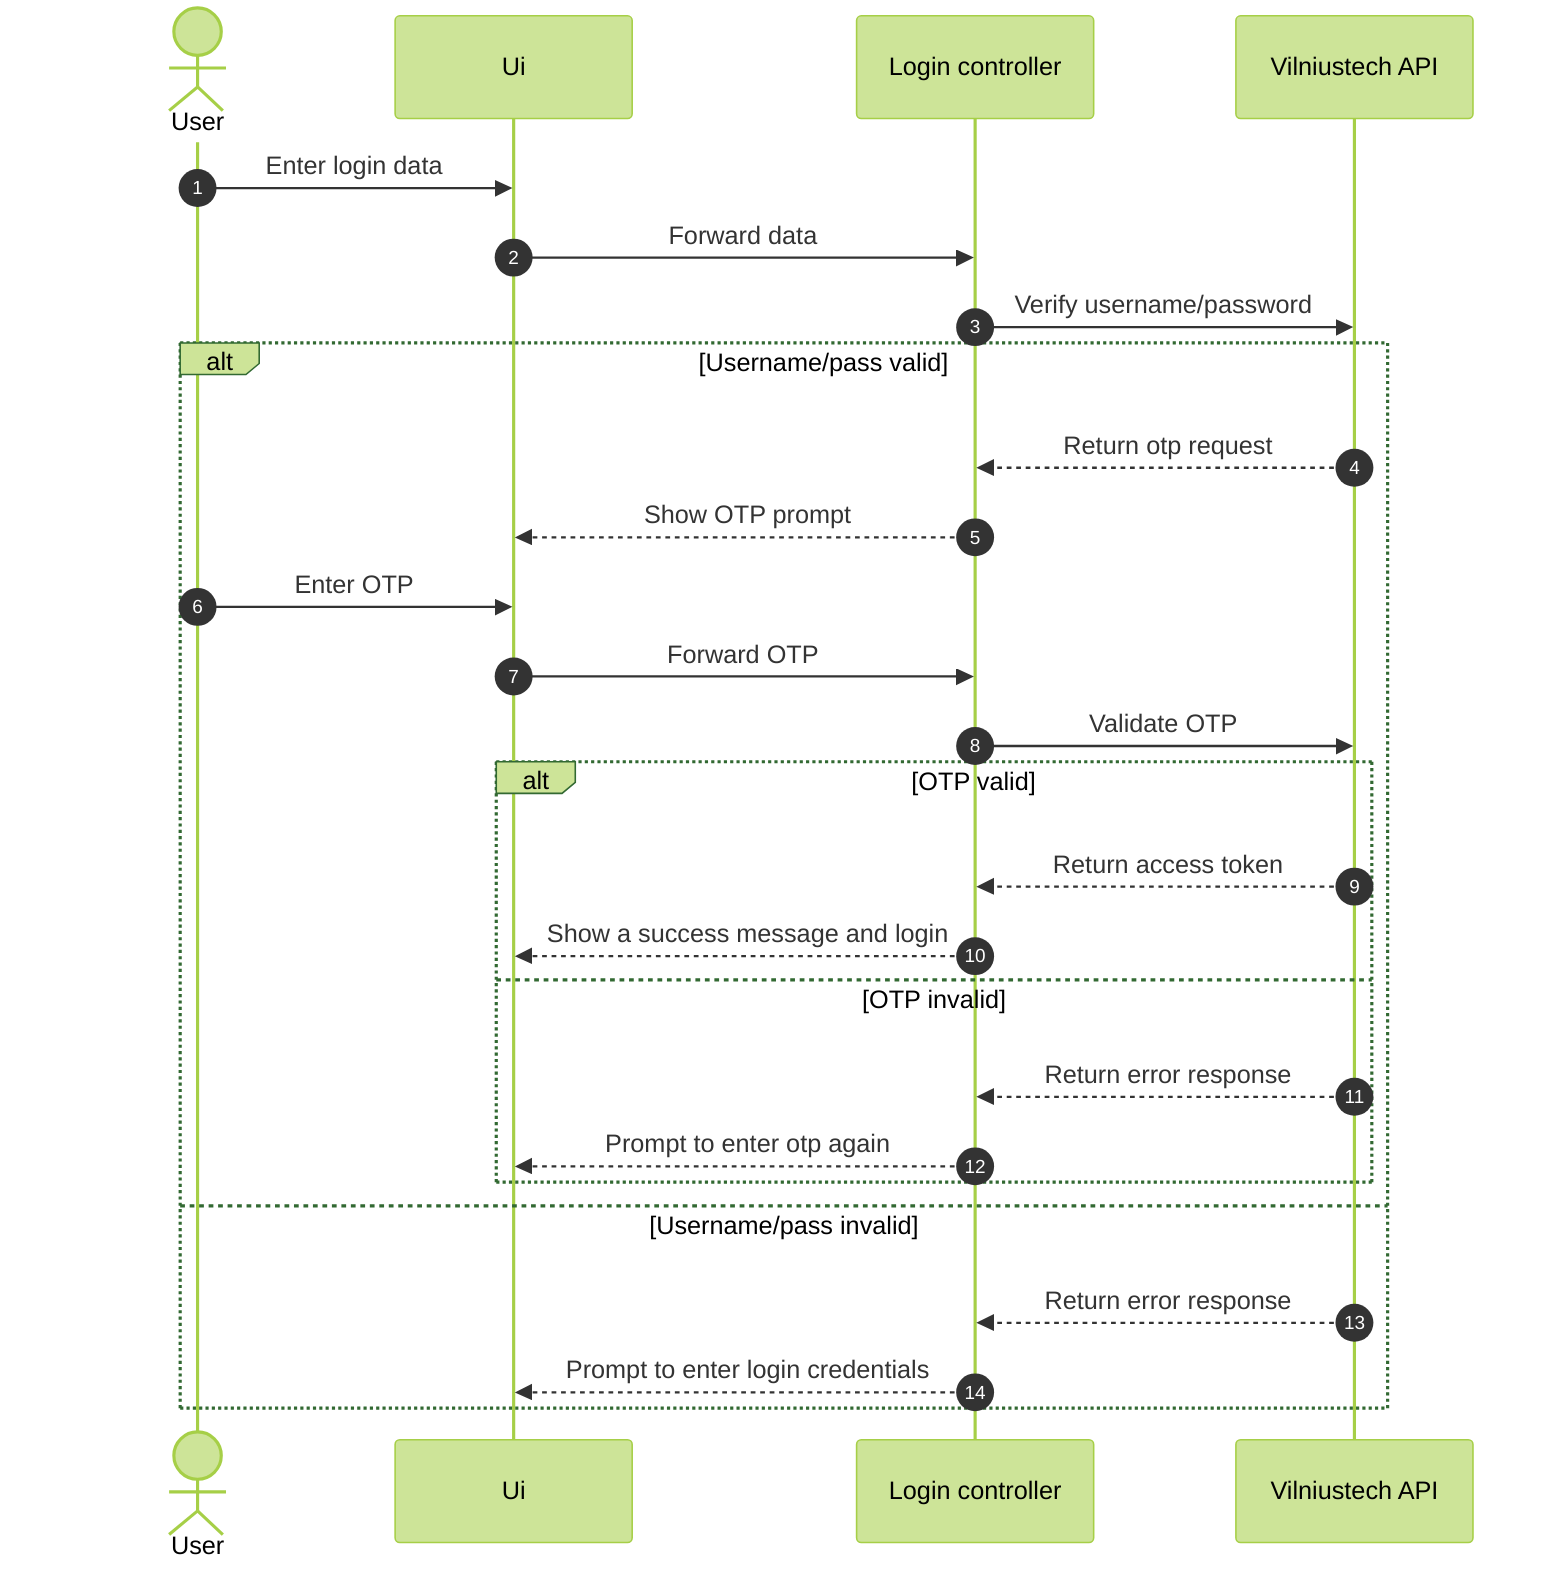
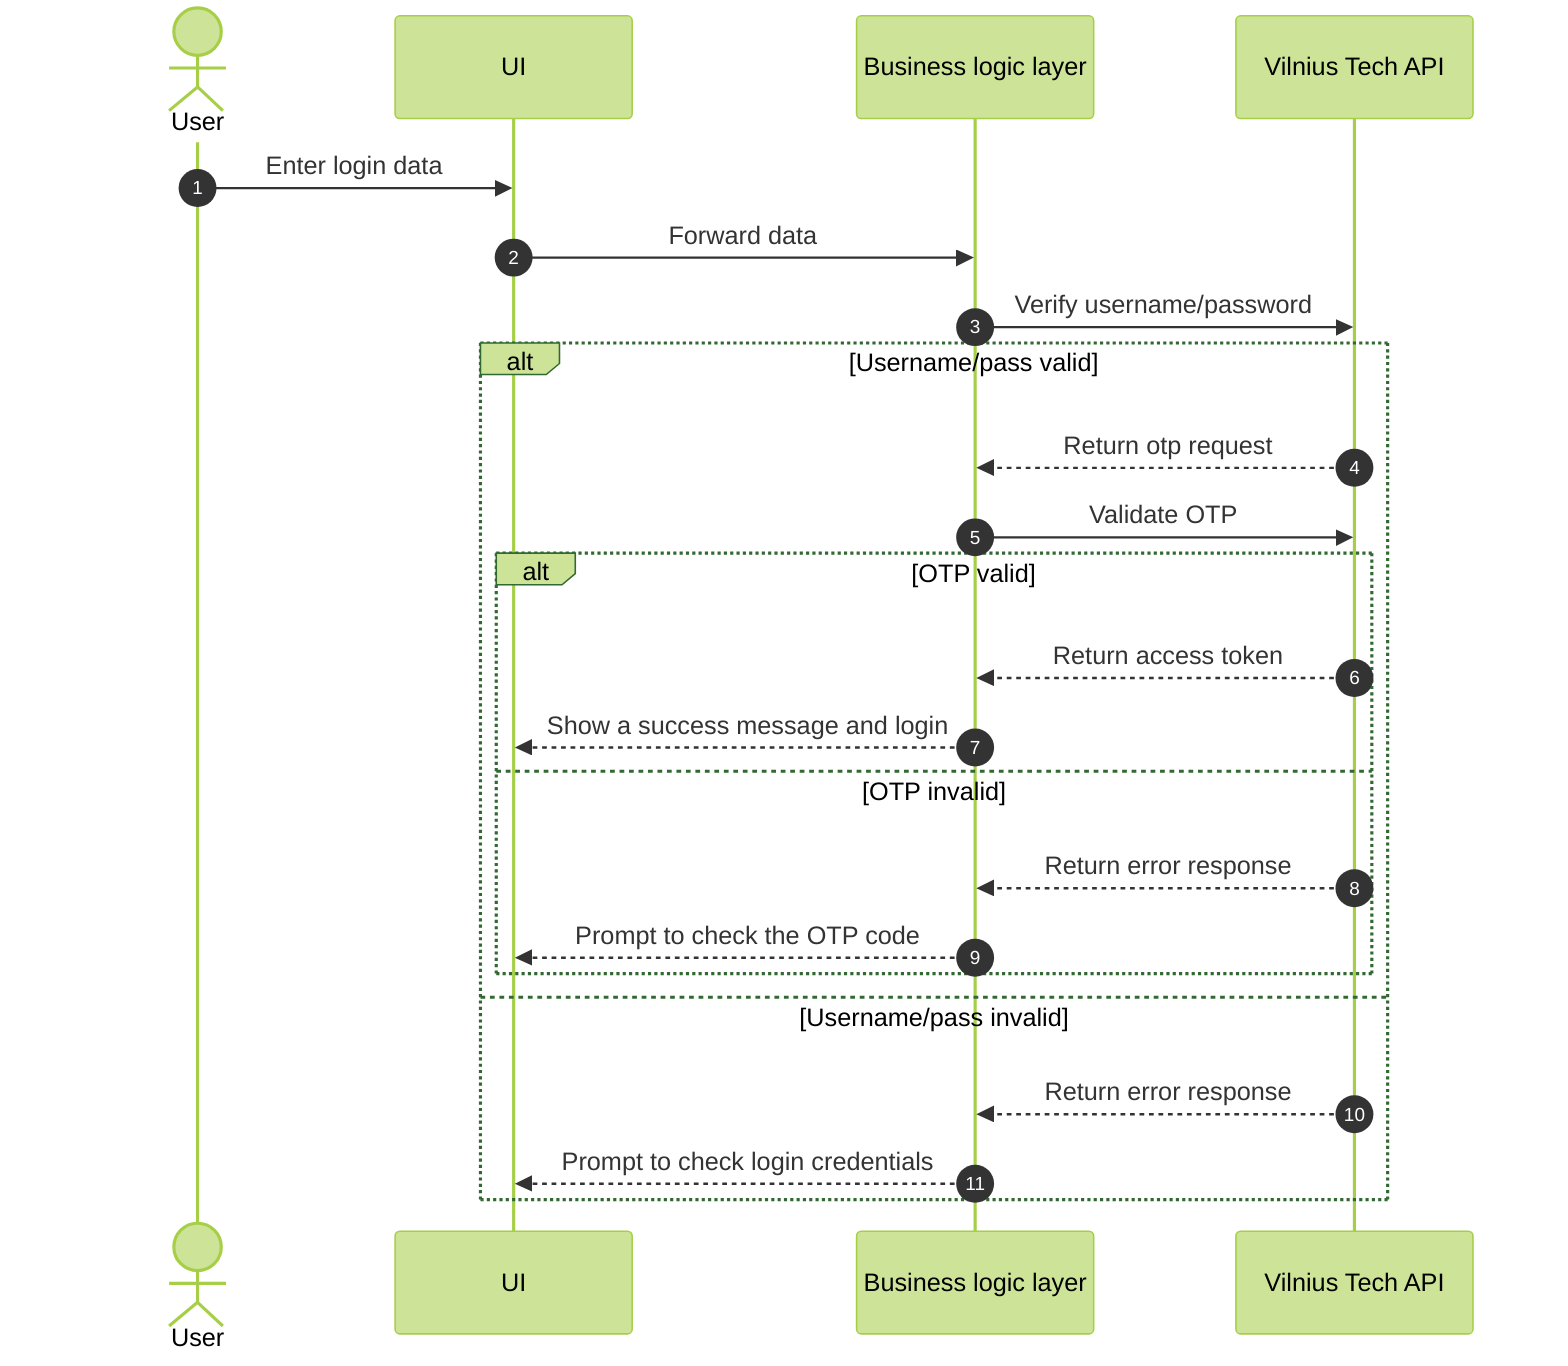
---
config:
  theme: forest
---
sequenceDiagram
    autonumber
    actor User
-     participant Ui
-     participant LoginController as Login controller
-     participant Vilniustech_SSO as Vilniustech API
+     participant Ui as UI
+     participant LoginController as Business logic layer
+     participant Vilniustech_SSO as Vilnius Tech API
    User->>Ui: Enter login data
    Ui->>LoginController: Forward data
    LoginController->>Vilniustech_SSO: Verify username/password
    alt Username/pass valid
        Vilniustech_SSO-->>LoginController: Return otp request
-         LoginController-->>Ui: Show OTP prompt
-         User->>Ui: Enter OTP
-         Ui->>LoginController: Forward OTP
        LoginController->>Vilniustech_SSO: Validate OTP
        alt OTP valid
            Vilniustech_SSO-->>LoginController: Return access token
            LoginController-->>Ui: Show a success message and login
        else OTP invalid
            Vilniustech_SSO-->>LoginController: Return error response
-             LoginController-->>Ui: Prompt to enter otp again
+             LoginController-->>Ui: Prompt to check the OTP code
        end
    else Username/pass invalid
        Vilniustech_SSO-->>LoginController: Return error response
-         LoginController-->>Ui: Prompt to enter login credentials
+         LoginController-->>Ui: Prompt to check login credentials
    end
